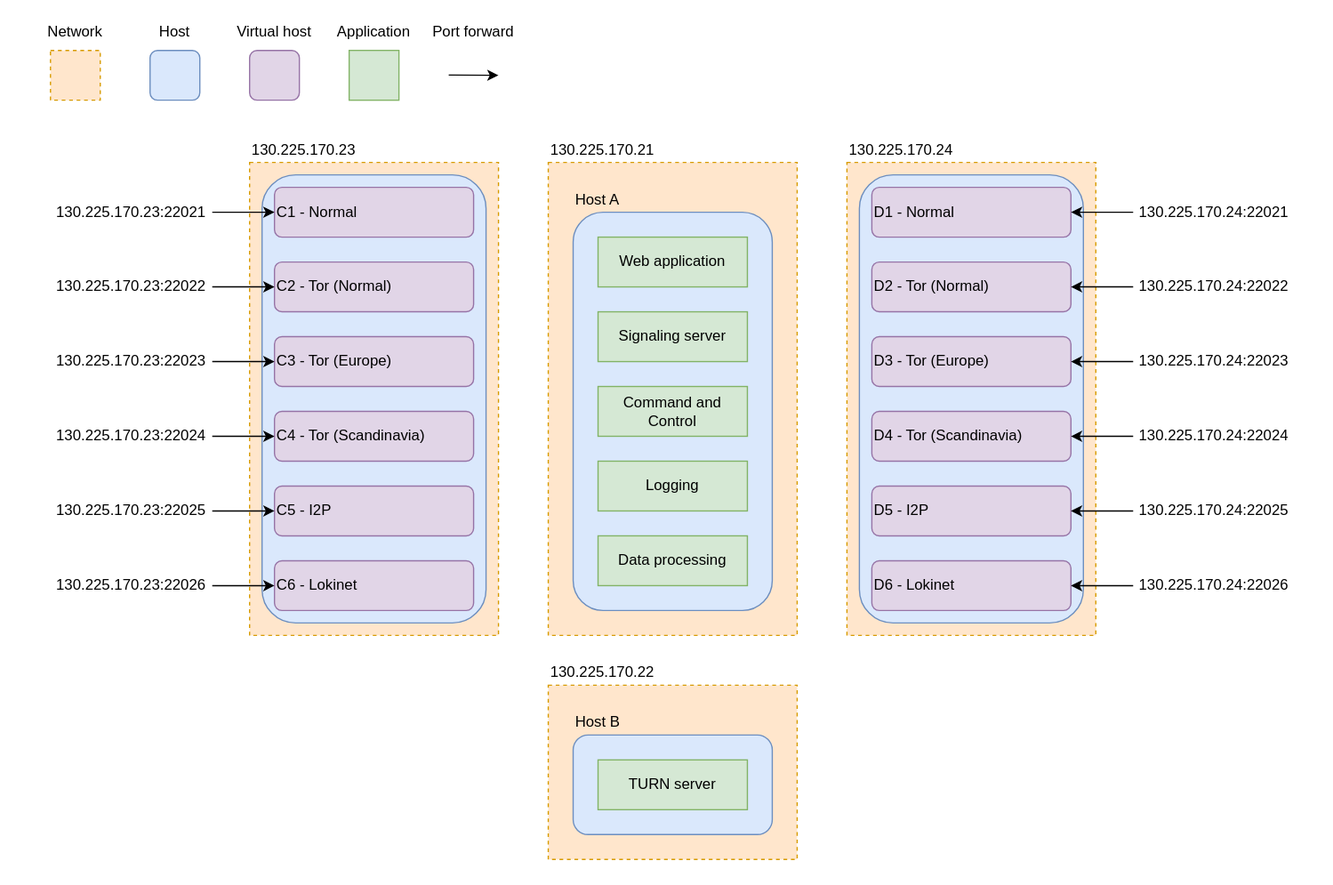
Before: Deployment/Deployment.drawio.svg, a diagram exported from draw.io (Master2022E/OnionRTC-experiment). Source tidied: cells renumbered, new cells last; positions are measured from the earlier drawing's top-left corner, leaving out a move shared by most shapes.
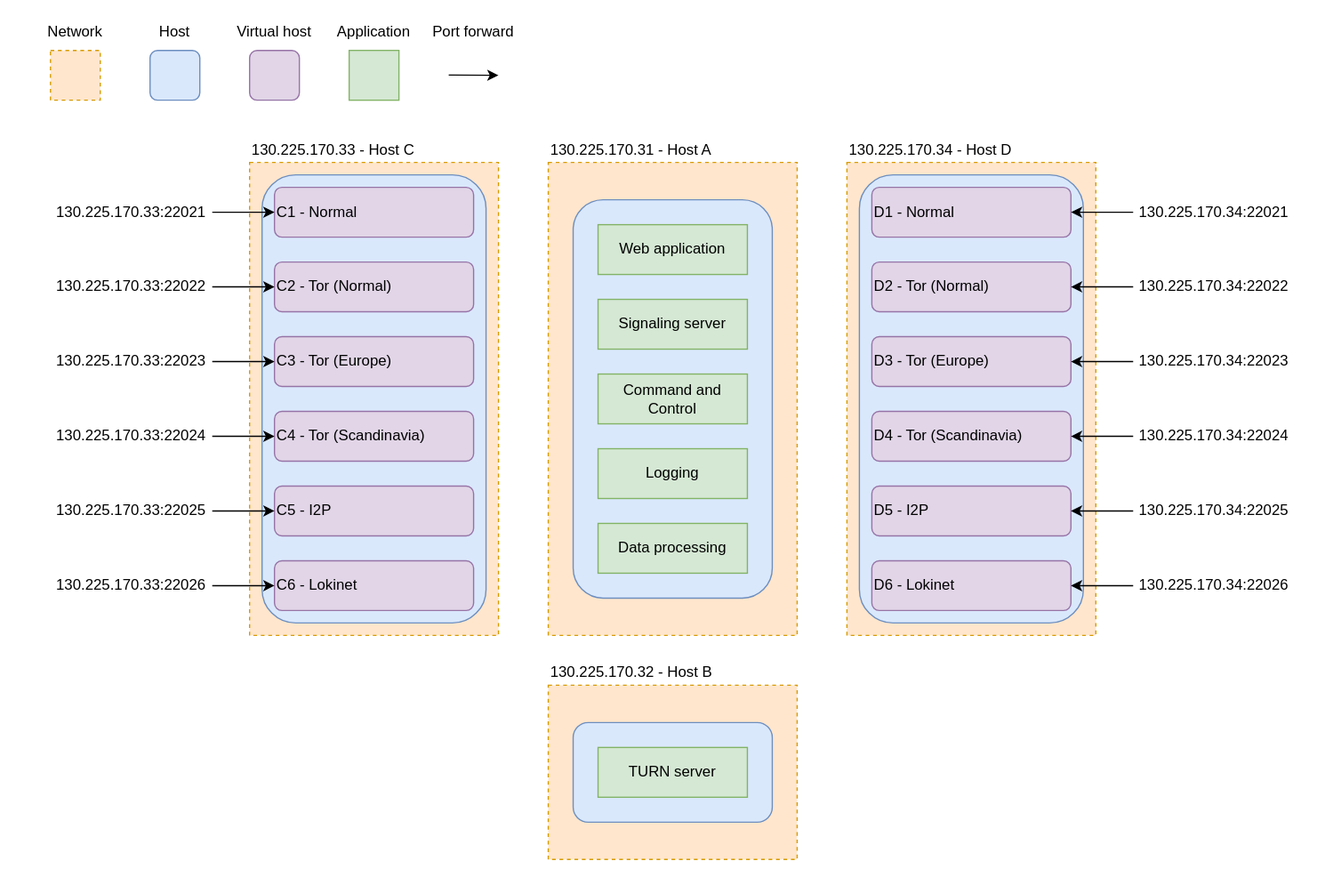
The same diagram one commit later.

Commit message:
Update deployment diagram IPs and Host name

What changed in the source:
```diff
@@ -15,39 +15,39 @@
       <mxGeometry x="690" y="140" width="180" height="360" as="geometry" />
     </mxCell>
     <mxCell id="6" style="rounded=1;whiteSpace=wrap;html=1;fillColor=#dae8fc;strokeColor=#6c8ebf;" parent="1" vertex="1">
-      <mxGeometry x="460" y="170" width="160" height="320" as="geometry" />
+      <mxGeometry x="460" y="160" width="160" height="320" as="geometry" />
     </mxCell>
-    <mxCell id="7" value="130.225.170.21" style="text;html=1;strokeColor=none;fillColor=none;align=left;verticalAlign=middle;whiteSpace=wrap;rounded=0;dashed=1;" parent="1" vertex="1">
+    <mxCell id="7" value="130.225.170.31 - Host A" style="text;html=1;strokeColor=none;fillColor=none;align=left;verticalAlign=middle;whiteSpace=wrap;rounded=0;dashed=1;" parent="1" vertex="1">
       <mxGeometry x="440" y="110" width="200" height="20" as="geometry" />
     </mxCell>
     <mxCell id="8" value="Web application" style="rounded=0;whiteSpace=wrap;html=1;fillColor=#d5e8d4;strokeColor=#82b366;" parent="1" vertex="1">
-      <mxGeometry x="480" y="190" width="120" height="40" as="geometry" />
+      <mxGeometry x="480" y="180" width="120" height="40" as="geometry" />
     </mxCell>
     <mxCell id="9" value="Signaling server" style="rounded=0;whiteSpace=wrap;html=1;fillColor=#d5e8d4;strokeColor=#82b366;" parent="1" vertex="1">
-      <mxGeometry x="480" y="250" width="120" height="40" as="geometry" />
+      <mxGeometry x="480" y="240" width="120" height="40" as="geometry" />
     </mxCell>
     <mxCell id="10" value="Command and Control" style="rounded=0;whiteSpace=wrap;html=1;fillColor=#d5e8d4;strokeColor=#82b366;" parent="1" vertex="1">
-      <mxGeometry x="480" y="310" width="120" height="40" as="geometry" />
+      <mxGeometry x="480" y="300" width="120" height="40" as="geometry" />
     </mxCell>
     <mxCell id="11" value="Logging" style="rounded=0;whiteSpace=wrap;html=1;fillColor=#d5e8d4;strokeColor=#82b366;" parent="1" vertex="1">
-      <mxGeometry x="480" y="370" width="120" height="40" as="geometry" />
+      <mxGeometry x="480" y="360" width="120" height="40" as="geometry" />
     </mxCell>
     <mxCell id="12" value="Data processing" style="rounded=0;whiteSpace=wrap;html=1;fillColor=#d5e8d4;strokeColor=#82b366;" parent="1" vertex="1">
-      <mxGeometry x="480" y="430" width="120" height="40" as="geometry" />
+      <mxGeometry x="480" y="420" width="120" height="40" as="geometry" />
     </mxCell>
     <mxCell id="13" style="rounded=0;whiteSpace=wrap;html=1;dashed=1;fillColor=#ffe6cc;strokeColor=#d79b00;" parent="1" vertex="1">
       <mxGeometry x="440" y="550" width="200" height="140" as="geometry" />
     </mxCell>
     <mxCell id="14" style="rounded=1;whiteSpace=wrap;html=1;fillColor=#dae8fc;strokeColor=#6c8ebf;" parent="1" vertex="1">
-      <mxGeometry x="460" y="590" width="160" height="80" as="geometry" />
+      <mxGeometry x="460" y="580" width="160" height="80" as="geometry" />
     </mxCell>
-    <mxCell id="15" value="130.225.170.22" style="text;html=1;strokeColor=none;fillColor=none;align=left;verticalAlign=middle;whiteSpace=wrap;rounded=0;dashed=1;" parent="1" vertex="1">
+    <mxCell id="15" value="130.225.170.32 - Host B" style="text;html=1;strokeColor=none;fillColor=none;align=left;verticalAlign=middle;whiteSpace=wrap;rounded=0;dashed=1;" parent="1" vertex="1">
       <mxGeometry x="440" y="530" width="200" height="20" as="geometry" />
     </mxCell>
     <mxCell id="16" value="TURN server" style="rounded=0;whiteSpace=wrap;html=1;fillColor=#d5e8d4;strokeColor=#82b366;" parent="1" vertex="1">
-      <mxGeometry x="480" y="610" width="120" height="40" as="geometry" />
+      <mxGeometry x="480" y="600" width="120" height="40" as="geometry" />
     </mxCell>
-    <mxCell id="17" value="130.225.170.24" style="text;html=1;strokeColor=none;fillColor=none;align=left;verticalAlign=middle;whiteSpace=wrap;rounded=0;dashed=1;" parent="1" vertex="1">
+    <mxCell id="17" value="130.225.170.34 - Host D" style="text;html=1;strokeColor=none;fillColor=none;align=left;verticalAlign=middle;whiteSpace=wrap;rounded=0;dashed=1;" parent="1" vertex="1">
       <mxGeometry x="680" y="110" width="200" height="20" as="geometry" />
     </mxCell>
     <mxCell id="18" style="rounded=0;whiteSpace=wrap;html=1;dashed=1;fillColor=#ffe6cc;strokeColor=#d79b00;" parent="1" vertex="1">
@@ -68,12 +68,6 @@
     <mxCell id="23" value="Application" style="text;html=1;strokeColor=none;fillColor=none;align=center;verticalAlign=middle;whiteSpace=wrap;rounded=0;" parent="1" vertex="1">
       <mxGeometry x="270" y="10" width="60" height="30" as="geometry" />
     </mxCell>
-    <mxCell id="24" value="Host A" style="text;html=1;strokeColor=none;fillColor=none;align=left;verticalAlign=middle;whiteSpace=wrap;rounded=0;dashed=1;" parent="1" vertex="1">
-      <mxGeometry x="460" y="150" width="160" height="20" as="geometry" />
-    </mxCell>
-    <mxCell id="25" value="Host B" style="text;html=1;strokeColor=none;fillColor=none;align=left;verticalAlign=middle;whiteSpace=wrap;rounded=0;dashed=1;" parent="1" vertex="1">
-      <mxGeometry x="460" y="570" width="160" height="20" as="geometry" />
-    </mxCell>
     <mxCell id="26" value="D1 - Normal" style="rounded=1;whiteSpace=wrap;html=1;align=left;fillColor=#e1d5e7;strokeColor=#9673a6;" parent="1" vertex="1">
       <mxGeometry x="700" y="150" width="160" height="40" as="geometry" />
     </mxCell>
@@ -92,58 +86,58 @@
     <mxCell id="31" value="D6 - Lokinet" style="rounded=1;whiteSpace=wrap;html=1;align=left;fillColor=#e1d5e7;strokeColor=#9673a6;" parent="1" vertex="1">
       <mxGeometry x="700" y="450" width="160" height="40" as="geometry" />
     </mxCell>
-    <mxCell id="32" value="130.225.170.23:22021" style="text;html=1;strokeColor=none;fillColor=none;align=center;verticalAlign=middle;whiteSpace=wrap;rounded=0;" parent="1" vertex="1">
+    <mxCell id="32" value="130.225.170.33:22021" style="text;html=1;strokeColor=none;fillColor=none;align=center;verticalAlign=middle;whiteSpace=wrap;rounded=0;" parent="1" vertex="1">
       <mxGeometry x="40" y="155" width="130" height="30" as="geometry" />
     </mxCell>
-    <mxCell id="33" value="130.225.170.23:22022" style="text;html=1;strokeColor=none;fillColor=none;align=center;verticalAlign=middle;whiteSpace=wrap;rounded=0;" parent="1" vertex="1">
+    <mxCell id="33" value="130.225.170.33:22022" style="text;html=1;strokeColor=none;fillColor=none;align=center;verticalAlign=middle;whiteSpace=wrap;rounded=0;" parent="1" vertex="1">
       <mxGeometry x="40" y="215" width="130" height="30" as="geometry" />
     </mxCell>
-    <mxCell id="34" value="130.225.170.23:22023" style="text;html=1;strokeColor=none;fillColor=none;align=center;verticalAlign=middle;whiteSpace=wrap;rounded=0;" parent="1" vertex="1">
+    <mxCell id="34" value="130.225.170.33:22023" style="text;html=1;strokeColor=none;fillColor=none;align=center;verticalAlign=middle;whiteSpace=wrap;rounded=0;" parent="1" vertex="1">
       <mxGeometry x="40" y="275" width="130" height="30" as="geometry" />
     </mxCell>
-    <mxCell id="35" value="130.225.170.23:22024" style="text;html=1;strokeColor=none;fillColor=none;align=center;verticalAlign=middle;whiteSpace=wrap;rounded=0;" parent="1" vertex="1">
+    <mxCell id="35" value="130.225.170.33:22024" style="text;html=1;strokeColor=none;fillColor=none;align=center;verticalAlign=middle;whiteSpace=wrap;rounded=0;" parent="1" vertex="1">
       <mxGeometry x="40" y="335" width="130" height="30" as="geometry" />
     </mxCell>
-    <mxCell id="36" value="130.225.170.23:22025" style="text;html=1;strokeColor=none;fillColor=none;align=center;verticalAlign=middle;whiteSpace=wrap;rounded=0;" parent="1" vertex="1">
+    <mxCell id="36" value="130.225.170.33:22025" style="text;html=1;strokeColor=none;fillColor=none;align=center;verticalAlign=middle;whiteSpace=wrap;rounded=0;" parent="1" vertex="1">
       <mxGeometry x="40" y="395" width="130" height="30" as="geometry" />
     </mxCell>
-    <mxCell id="37" value="130.225.170.23:22026" style="text;html=1;strokeColor=none;fillColor=none;align=center;verticalAlign=middle;whiteSpace=wrap;rounded=0;" parent="1" vertex="1">
+    <mxCell id="37" value="130.225.170.33:22026" style="text;html=1;strokeColor=none;fillColor=none;align=center;verticalAlign=middle;whiteSpace=wrap;rounded=0;" parent="1" vertex="1">
       <mxGeometry x="40" y="455" width="130" height="30" as="geometry" />
     </mxCell>
     <mxCell id="38" style="edgeStyle=none;html=1;exitX=0;exitY=0.5;exitDx=0;exitDy=0;startArrow=none;startFill=0;endArrow=classic;endFill=1;entryX=1;entryY=0.5;entryDx=0;entryDy=0;" parent="1" edge="1" source="39" target="26">
       <mxGeometry relative="1" as="geometry" />
     </mxCell>
-    <mxCell id="39" value="130.225.170.24:22021" style="text;html=1;strokeColor=none;fillColor=none;align=center;verticalAlign=middle;whiteSpace=wrap;rounded=0;" parent="1" vertex="1">
+    <mxCell id="39" value="130.225.170.34:22021" style="text;html=1;strokeColor=none;fillColor=none;align=center;verticalAlign=middle;whiteSpace=wrap;rounded=0;" parent="1" vertex="1">
       <mxGeometry x="910" y="155" width="130" height="30" as="geometry" />
     </mxCell>
     <mxCell id="40" style="edgeStyle=none;html=1;exitX=0;exitY=0.5;exitDx=0;exitDy=0;startArrow=none;startFill=0;endArrow=classic;endFill=1;entryX=1;entryY=0.5;entryDx=0;entryDy=0;" parent="1" edge="1" source="41" target="27">
       <mxGeometry relative="1" as="geometry" />
     </mxCell>
-    <mxCell id="41" value="130.225.170.24:22022" style="text;html=1;strokeColor=none;fillColor=none;align=center;verticalAlign=middle;whiteSpace=wrap;rounded=0;" parent="1" vertex="1">
+    <mxCell id="41" value="130.225.170.34:22022" style="text;html=1;strokeColor=none;fillColor=none;align=center;verticalAlign=middle;whiteSpace=wrap;rounded=0;" parent="1" vertex="1">
       <mxGeometry x="910" y="215" width="130" height="30" as="geometry" />
     </mxCell>
     <mxCell id="42" style="edgeStyle=none;html=1;exitX=0;exitY=0.5;exitDx=0;exitDy=0;startArrow=none;startFill=0;endArrow=classic;endFill=1;entryX=1;entryY=0.5;entryDx=0;entryDy=0;" parent="1" edge="1" source="43" target="28">
       <mxGeometry relative="1" as="geometry" />
     </mxCell>
-    <mxCell id="43" value="130.225.170.24:22023" style="text;html=1;strokeColor=none;fillColor=none;align=center;verticalAlign=middle;whiteSpace=wrap;rounded=0;" parent="1" vertex="1">
+    <mxCell id="43" value="130.225.170.34:22023" style="text;html=1;strokeColor=none;fillColor=none;align=center;verticalAlign=middle;whiteSpace=wrap;rounded=0;" parent="1" vertex="1">
       <mxGeometry x="910" y="275" width="130" height="30" as="geometry" />
     </mxCell>
     <mxCell id="44" style="edgeStyle=none;html=1;exitX=0;exitY=0.5;exitDx=0;exitDy=0;startArrow=none;startFill=0;endArrow=classic;endFill=1;entryX=1;entryY=0.5;entryDx=0;entryDy=0;" parent="1" edge="1" source="45" target="29">
       <mxGeometry relative="1" as="geometry" />
     </mxCell>
-    <mxCell id="45" value="130.225.170.24:22024" style="text;html=1;strokeColor=none;fillColor=none;align=center;verticalAlign=middle;whiteSpace=wrap;rounded=0;" parent="1" vertex="1">
+    <mxCell id="45" value="130.225.170.34:22024" style="text;html=1;strokeColor=none;fillColor=none;align=center;verticalAlign=middle;whiteSpace=wrap;rounded=0;" parent="1" vertex="1">
       <mxGeometry x="910" y="335" width="130" height="30" as="geometry" />
     </mxCell>
     <mxCell id="46" style="edgeStyle=none;html=1;exitX=0;exitY=0.5;exitDx=0;exitDy=0;startArrow=none;startFill=0;endArrow=classic;endFill=1;entryX=1;entryY=0.5;entryDx=0;entryDy=0;" parent="1" edge="1" source="47" target="30">
       <mxGeometry relative="1" as="geometry" />
     </mxCell>
-    <mxCell id="47" value="130.225.170.24:22025" style="text;html=1;strokeColor=none;fillColor=none;align=center;verticalAlign=middle;whiteSpace=wrap;rounded=0;" parent="1" vertex="1">
+    <mxCell id="47" value="130.225.170.34:22025" style="text;html=1;strokeColor=none;fillColor=none;align=center;verticalAlign=middle;whiteSpace=wrap;rounded=0;" parent="1" vertex="1">
       <mxGeometry x="910" y="395" width="130" height="30" as="geometry" />
     </mxCell>
     <mxCell id="48" style="edgeStyle=none;html=1;exitX=0;exitY=0.5;exitDx=0;exitDy=0;startArrow=none;startFill=0;endArrow=classic;endFill=1;entryX=1;entryY=0.5;entryDx=0;entryDy=0;" parent="1" edge="1" source="49" target="31">
       <mxGeometry relative="1" as="geometry" />
     </mxCell>
-    <mxCell id="49" value="130.225.170.24:22026" style="text;html=1;strokeColor=none;fillColor=none;align=center;verticalAlign=middle;whiteSpace=wrap;rounded=0;" parent="1" vertex="1">
+    <mxCell id="49" value="130.225.170.34:22026" style="text;html=1;strokeColor=none;fillColor=none;align=center;verticalAlign=middle;whiteSpace=wrap;rounded=0;" parent="1" vertex="1">
       <mxGeometry x="910" y="455" width="130" height="30" as="geometry" />
     </mxCell>
     <mxCell id="50" style="rounded=1;whiteSpace=wrap;html=1;align=left;fillColor=#e1d5e7;strokeColor=#9673a6;" parent="1" vertex="1">
@@ -158,7 +152,7 @@
     <mxCell id="53" style="rounded=1;whiteSpace=wrap;html=1;fillColor=#dae8fc;strokeColor=#6c8ebf;" parent="1" vertex="1">
       <mxGeometry x="210" y="140" width="180" height="360" as="geometry" />
     </mxCell>
-    <mxCell id="54" value="130.225.170.23" style="text;html=1;strokeColor=none;fillColor=none;align=left;verticalAlign=middle;whiteSpace=wrap;rounded=0;dashed=1;" parent="1" vertex="1">
+    <mxCell id="54" value="130.225.170.33 - Host C" style="text;html=1;strokeColor=none;fillColor=none;align=left;verticalAlign=middle;whiteSpace=wrap;rounded=0;dashed=1;" parent="1" vertex="1">
       <mxGeometry x="200" y="110" width="200" height="20" as="geometry" />
     </mxCell>
     <mxCell id="55" value="C1 - Normal" style="rounded=1;whiteSpace=wrap;html=1;align=left;fillColor=#e1d5e7;strokeColor=#9673a6;" parent="1" vertex="1">
```
